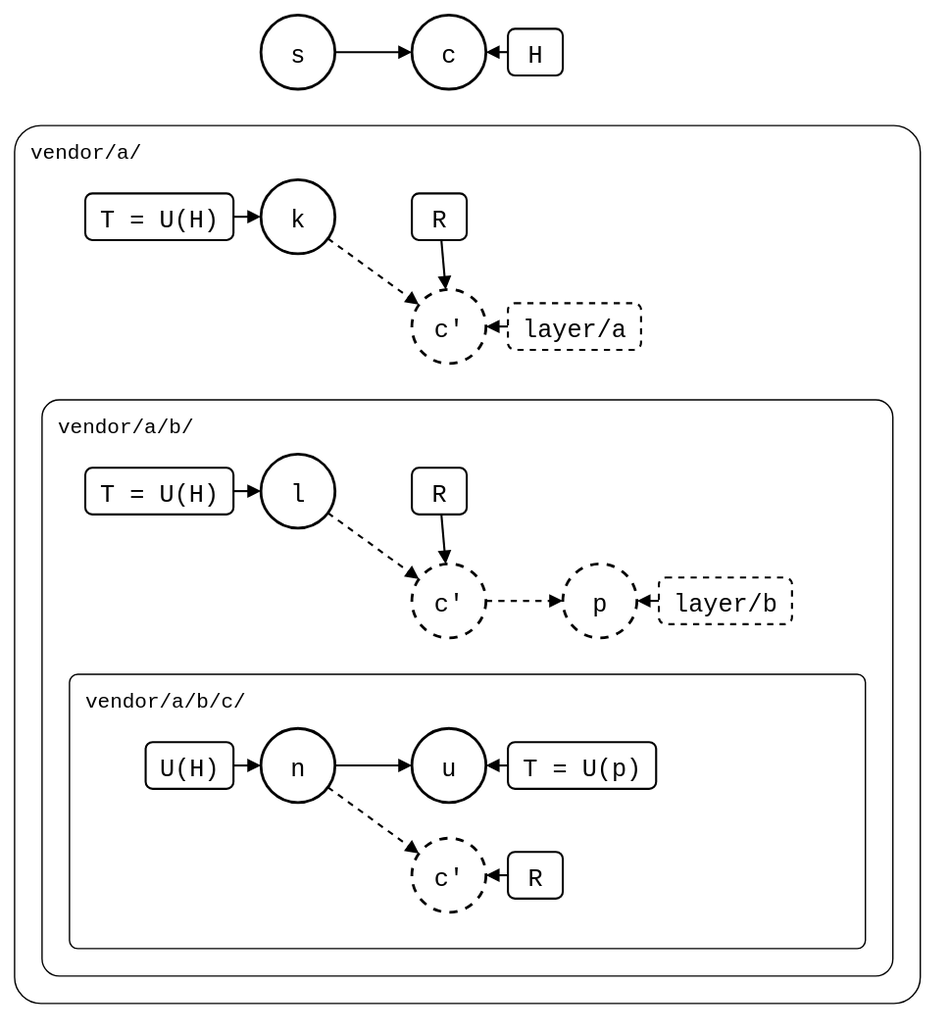
Earlier version of the draw.io export docs/09-scenarios/05-nested-splices/01-nested-splices/02-three-levels/levels-pulled-below.drawio.svg (roschaefer/git-splice). Source tidied: cells renumbered, new cells last; positions are measured from the earlier drawing's top-left corner, leaving out a move shared by most shapes. Its diagram source:
```xml
<mxGraphModel background="#ffffff">
  <root>
    <mxCell id="0" />
    <mxCell id="1" parent="0" />
    <mxCell id="2" value="vendor/a/" style="rounded=1;arcSize=3;fillColor=none;strokeWidth=1;fontSize=15;verticalAlign=top;align=left;spacingLeft=10;spacingTop=4;fontFamily=Roboto Mono,monospace;" parent="1" vertex="1">
      <mxGeometry y="80" width="660" height="640" as="geometry" />
    </mxCell>
    <mxCell id="3" value="vendor/a/b/" style="rounded=1;arcSize=3;fillColor=none;strokeWidth=1;fontSize=15;verticalAlign=top;align=left;spacingLeft=10;spacingTop=4;fontFamily=Roboto Mono,monospace;" parent="1" vertex="1">
      <mxGeometry x="20" y="280" width="620" height="420" as="geometry" />
    </mxCell>
    <mxCell id="4" value="vendor/a/b/c/" style="rounded=1;arcSize=3;fillColor=none;strokeWidth=1;fontSize=15;verticalAlign=top;align=left;spacingLeft=10;spacingTop=4;fontFamily=Roboto Mono,monospace;" parent="1" vertex="1">
      <mxGeometry x="40" y="480" width="580" height="200" as="geometry" />
    </mxCell>
    <mxCell id="5" value="s" style="ellipse;strokeWidth=2;fontSize=18;fontFamily=Roboto Mono,monospace;" parent="1" vertex="1">
      <mxGeometry x="180" width="54" height="54" as="geometry" />
    </mxCell>
    <mxCell id="6" value="c" style="ellipse;strokeWidth=2;fontSize=18;fontFamily=Roboto Mono,monospace;" parent="1" vertex="1">
      <mxGeometry x="290" width="54" height="54" as="geometry" />
    </mxCell>
    <mxCell id="7" style="endArrow=block;endFill=1;html=1;strokeWidth=1.5;rounded=0;" parent="1" edge="1" source="5" target="6">
      <mxGeometry relative="1" as="geometry" />
    </mxCell>
    <mxCell id="8" value="H" style="rounded=1;strokeWidth=1.5;fontSize=18;fontFamily=Roboto Mono,monospace;" parent="1" vertex="1">
      <mxGeometry x="360" y="10" width="40" height="34" as="geometry" />
    </mxCell>
    <mxCell id="9" style="endArrow=block;endFill=1;html=1;strokeWidth=1.5;rounded=0;" parent="1" edge="1" source="8" target="6">
      <mxGeometry relative="1" as="geometry" />
    </mxCell>
    <mxCell id="10" value="k" style="ellipse;strokeWidth=2;fontSize=18;fontFamily=Roboto Mono,monospace;" parent="1" vertex="1">
      <mxGeometry x="180" y="120" width="54" height="54" as="geometry" />
    </mxCell>
    <mxCell id="11" value="c'" style="ellipse;strokeWidth=2;fontSize=18;fontFamily=Roboto Mono,monospace;dashed=1;" parent="1" vertex="1">
      <mxGeometry x="290" y="200" width="54" height="54" as="geometry" />
    </mxCell>
    <mxCell id="12" style="endArrow=block;endFill=1;html=1;strokeWidth=1.5;rounded=0;dashed=1;" parent="1" edge="1" source="10" target="11">
      <mxGeometry relative="1" as="geometry" />
    </mxCell>
    <mxCell id="13" value="l" style="ellipse;strokeWidth=2;fontSize=18;fontFamily=Roboto Mono,monospace;" parent="1" vertex="1">
      <mxGeometry x="180" y="320" width="54" height="54" as="geometry" />
    </mxCell>
    <mxCell id="14" value="c'" style="ellipse;strokeWidth=2;fontSize=18;fontFamily=Roboto Mono,monospace;dashed=1;" parent="1" vertex="1">
      <mxGeometry x="290" y="400" width="54" height="54" as="geometry" />
    </mxCell>
    <mxCell id="15" style="endArrow=block;endFill=1;html=1;strokeWidth=1.5;rounded=0;dashed=1;" parent="1" edge="1" source="13" target="14">
      <mxGeometry relative="1" as="geometry" />
    </mxCell>
    <mxCell id="16" value="n" style="ellipse;strokeWidth=2;fontSize=18;fontFamily=Roboto Mono,monospace;" parent="1" vertex="1">
      <mxGeometry x="180" y="520" width="54" height="54" as="geometry" />
    </mxCell>
    <mxCell id="17" value="u" style="ellipse;strokeWidth=2;fontSize=18;fontFamily=Roboto Mono,monospace;" parent="1" vertex="1">
      <mxGeometry x="290" y="520" width="54" height="54" as="geometry" />
    </mxCell>
    <mxCell id="18" style="endArrow=block;endFill=1;html=1;strokeWidth=1.5;rounded=0;" parent="1" edge="1" source="16" target="17">
      <mxGeometry relative="1" as="geometry" />
    </mxCell>
    <mxCell id="19" value="c'" style="ellipse;strokeWidth=2;fontSize=18;fontFamily=Roboto Mono,monospace;dashed=1;" parent="1" vertex="1">
      <mxGeometry x="290" y="600" width="54" height="54" as="geometry" />
    </mxCell>
    <mxCell id="20" style="endArrow=block;endFill=1;html=1;strokeWidth=1.5;rounded=0;dashed=1;" parent="1" edge="1" source="16" target="19">
      <mxGeometry relative="1" as="geometry" />
    </mxCell>
    <mxCell id="21" value="T = U(H)" style="rounded=1;strokeWidth=1.5;fontSize=18;fontFamily=Roboto Mono,monospace;" parent="1" vertex="1">
      <mxGeometry x="52" y="130" width="108" height="34" as="geometry" />
    </mxCell>
    <mxCell id="22" style="endArrow=block;endFill=1;html=1;strokeWidth=1.5;rounded=0;" parent="1" edge="1" source="21" target="10">
      <mxGeometry relative="1" as="geometry" />
    </mxCell>
    <mxCell id="23" value="T = U(H)" style="rounded=1;strokeWidth=1.5;fontSize=18;fontFamily=Roboto Mono,monospace;" parent="1" vertex="1">
      <mxGeometry x="52" y="330" width="108" height="34" as="geometry" />
    </mxCell>
    <mxCell id="24" style="endArrow=block;endFill=1;html=1;strokeWidth=1.5;rounded=0;" parent="1" edge="1" source="23" target="13">
      <mxGeometry relative="1" as="geometry" />
    </mxCell>
    <mxCell id="25" value="U(H)" style="rounded=1;strokeWidth=1.5;fontSize=18;fontFamily=Roboto Mono,monospace;" parent="1" vertex="1">
      <mxGeometry x="96" y="530" width="64" height="34" as="geometry" />
    </mxCell>
    <mxCell id="26" style="endArrow=block;endFill=1;html=1;strokeWidth=1.5;rounded=0;" parent="1" edge="1" source="25" target="16">
      <mxGeometry relative="1" as="geometry" />
    </mxCell>
    <mxCell id="27" value="p" style="ellipse;strokeWidth=2;fontSize=18;fontFamily=Roboto Mono,monospace;dashed=1;" parent="1" vertex="1">
      <mxGeometry x="400" y="400" width="54" height="54" as="geometry" />
    </mxCell>
    <mxCell id="28" style="endArrow=block;endFill=1;html=1;strokeWidth=1.5;rounded=0;dashed=1;" parent="1" edge="1" source="14" target="27">
      <mxGeometry relative="1" as="geometry" />
    </mxCell>
    <mxCell id="29" value="R" style="rounded=1;strokeWidth=1.5;fontSize=18;fontFamily=Roboto Mono,monospace;" parent="1" vertex="1">
      <mxGeometry x="290" y="130" width="40" height="34" as="geometry" />
    </mxCell>
    <mxCell id="30" style="endArrow=block;endFill=1;html=1;strokeWidth=1.5;rounded=0;" parent="1" edge="1" source="29" target="11">
      <mxGeometry relative="1" as="geometry" />
    </mxCell>
    <mxCell id="31" value="layer/a" style="rounded=1;strokeWidth=1.5;fontSize=18;fontFamily=Roboto Mono,monospace;dashed=1;" parent="1" vertex="1">
      <mxGeometry x="360" y="210" width="97" height="34" as="geometry" />
    </mxCell>
    <mxCell id="32" style="endArrow=block;endFill=1;html=1;strokeWidth=1.5;rounded=0;" parent="1" edge="1" source="31" target="11">
      <mxGeometry relative="1" as="geometry" />
    </mxCell>
    <mxCell id="33" value="R" style="rounded=1;strokeWidth=1.5;fontSize=18;fontFamily=Roboto Mono,monospace;" parent="1" vertex="1">
      <mxGeometry x="290" y="330" width="40" height="34" as="geometry" />
    </mxCell>
    <mxCell id="34" style="endArrow=block;endFill=1;html=1;strokeWidth=1.5;rounded=0;" parent="1" edge="1" source="33" target="14">
      <mxGeometry relative="1" as="geometry" />
    </mxCell>
    <mxCell id="35" value="layer/b" style="rounded=1;strokeWidth=1.5;fontSize=18;fontFamily=Roboto Mono,monospace;dashed=1;" parent="1" vertex="1">
      <mxGeometry x="470" y="410" width="97" height="34" as="geometry" />
    </mxCell>
    <mxCell id="36" style="endArrow=block;endFill=1;html=1;strokeWidth=1.5;rounded=0;" parent="1" edge="1" source="35" target="27">
      <mxGeometry relative="1" as="geometry" />
    </mxCell>
    <mxCell id="37" value="T = U(p)" style="rounded=1;strokeWidth=1.5;fontSize=18;fontFamily=Roboto Mono,monospace;" parent="1" vertex="1">
      <mxGeometry x="360" y="530" width="108" height="34" as="geometry" />
    </mxCell>
    <mxCell id="38" style="endArrow=block;endFill=1;html=1;strokeWidth=1.5;rounded=0;" parent="1" edge="1" source="37" target="17">
      <mxGeometry relative="1" as="geometry" />
    </mxCell>
    <mxCell id="39" value="R" style="rounded=1;strokeWidth=1.5;fontSize=18;fontFamily=Roboto Mono,monospace;" parent="1" vertex="1">
      <mxGeometry x="360" y="610" width="40" height="34" as="geometry" />
    </mxCell>
    <mxCell id="40" style="endArrow=block;endFill=1;html=1;strokeWidth=1.5;rounded=0;" parent="1" edge="1" source="39" target="19">
      <mxGeometry relative="1" as="geometry" />
    </mxCell>
  </root>
</mxGraphModel>
```
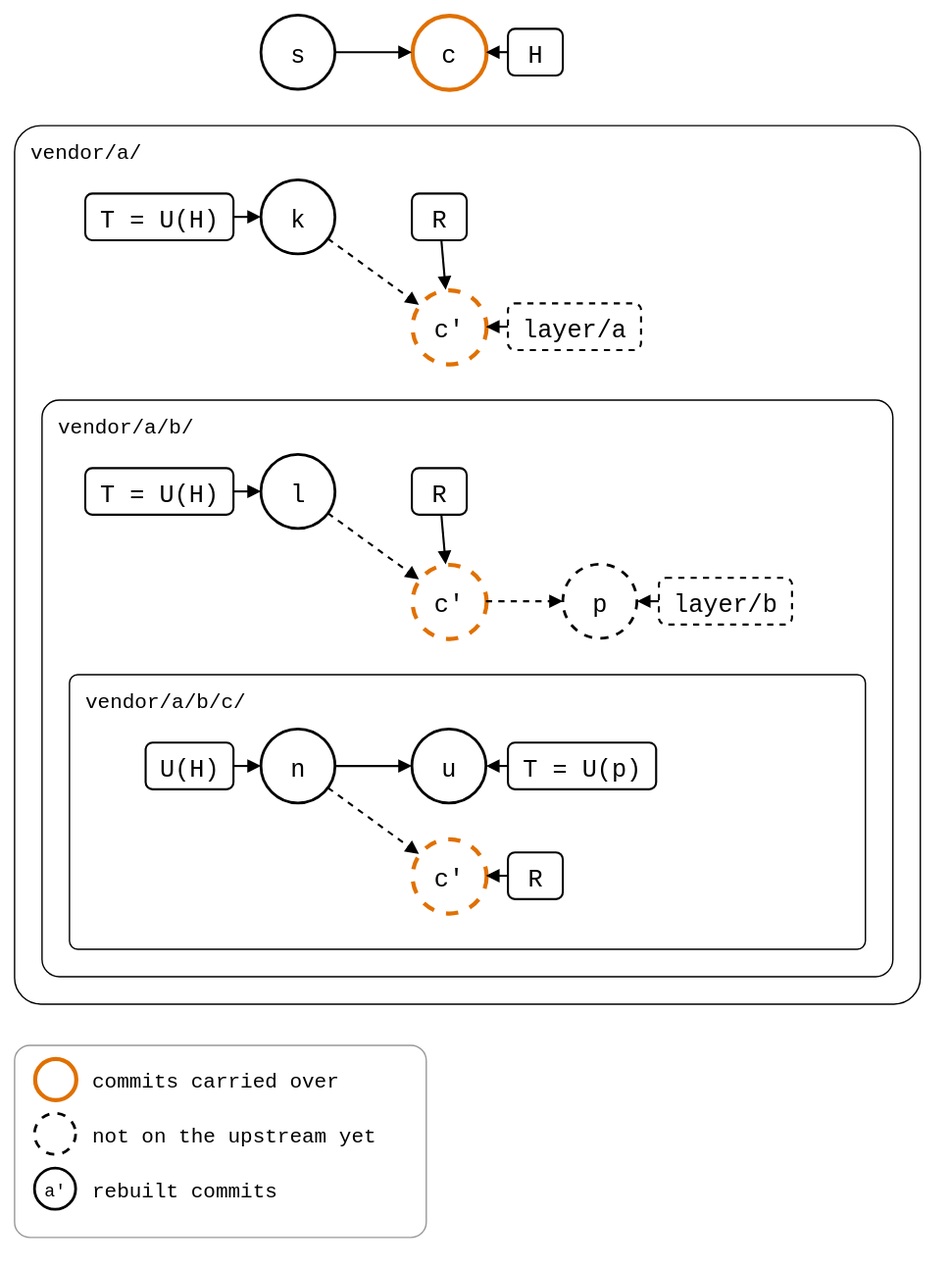
Later version of the same file.

Change to the diagram source:
```diff
@@ -14,7 +14,7 @@
     <mxCell id="5" value="s" style="ellipse;strokeWidth=2;fontSize=18;fontFamily=Roboto Mono,monospace;" parent="1" vertex="1">
       <mxGeometry x="180" width="54" height="54" as="geometry" />
     </mxCell>
-    <mxCell id="6" value="c" style="ellipse;strokeWidth=2;fontSize=18;fontFamily=Roboto Mono,monospace;" parent="1" vertex="1">
+    <mxCell id="6" value="c" style="ellipse;strokeWidth=2;fontSize=18;fontFamily=Roboto Mono,monospace;strokeColor=#E07000;strokeWidth=3;" parent="1" vertex="1">
       <mxGeometry x="290" width="54" height="54" as="geometry" />
     </mxCell>
     <mxCell id="7" style="endArrow=block;endFill=1;html=1;strokeWidth=1.5;rounded=0;" parent="1" edge="1" source="5" target="6">
@@ -29,7 +29,7 @@
     <mxCell id="10" value="k" style="ellipse;strokeWidth=2;fontSize=18;fontFamily=Roboto Mono,monospace;" parent="1" vertex="1">
       <mxGeometry x="180" y="120" width="54" height="54" as="geometry" />
     </mxCell>
-    <mxCell id="11" value="c'" style="ellipse;strokeWidth=2;fontSize=18;fontFamily=Roboto Mono,monospace;dashed=1;" parent="1" vertex="1">
+    <mxCell id="11" value="c'" style="ellipse;strokeWidth=2;fontSize=18;fontFamily=Roboto Mono,monospace;dashed=1;strokeColor=#E07000;strokeWidth=3;" parent="1" vertex="1">
       <mxGeometry x="290" y="200" width="54" height="54" as="geometry" />
     </mxCell>
     <mxCell id="12" style="endArrow=block;endFill=1;html=1;strokeWidth=1.5;rounded=0;dashed=1;" parent="1" edge="1" source="10" target="11">
@@ -38,7 +38,7 @@
     <mxCell id="13" value="l" style="ellipse;strokeWidth=2;fontSize=18;fontFamily=Roboto Mono,monospace;" parent="1" vertex="1">
       <mxGeometry x="180" y="320" width="54" height="54" as="geometry" />
     </mxCell>
-    <mxCell id="14" value="c'" style="ellipse;strokeWidth=2;fontSize=18;fontFamily=Roboto Mono,monospace;dashed=1;" parent="1" vertex="1">
+    <mxCell id="14" value="c'" style="ellipse;strokeWidth=2;fontSize=18;fontFamily=Roboto Mono,monospace;dashed=1;strokeColor=#E07000;strokeWidth=3;" parent="1" vertex="1">
       <mxGeometry x="290" y="400" width="54" height="54" as="geometry" />
     </mxCell>
     <mxCell id="15" style="endArrow=block;endFill=1;html=1;strokeWidth=1.5;rounded=0;dashed=1;" parent="1" edge="1" source="13" target="14">
@@ -53,7 +53,7 @@
     <mxCell id="18" style="endArrow=block;endFill=1;html=1;strokeWidth=1.5;rounded=0;" parent="1" edge="1" source="16" target="17">
       <mxGeometry relative="1" as="geometry" />
     </mxCell>
-    <mxCell id="19" value="c'" style="ellipse;strokeWidth=2;fontSize=18;fontFamily=Roboto Mono,monospace;dashed=1;" parent="1" vertex="1">
+    <mxCell id="19" value="c'" style="ellipse;strokeWidth=2;fontSize=18;fontFamily=Roboto Mono,monospace;dashed=1;strokeColor=#E07000;strokeWidth=3;" parent="1" vertex="1">
       <mxGeometry x="290" y="600" width="54" height="54" as="geometry" />
     </mxCell>
     <mxCell id="20" style="endArrow=block;endFill=1;html=1;strokeWidth=1.5;rounded=0;dashed=1;" parent="1" edge="1" source="16" target="19">
@@ -119,5 +119,26 @@
     <mxCell id="40" style="endArrow=block;endFill=1;html=1;strokeWidth=1.5;rounded=0;" parent="1" edge="1" source="39" target="19">
       <mxGeometry relative="1" as="geometry" />
     </mxCell>
+    <mxCell id="41" style="rounded=1;arcSize=8;fillColor=none;strokeColor=#999999;strokeWidth=1;legend=1;" parent="1" vertex="1">
+      <mxGeometry y="750" width="300" height="140" as="geometry" />
+    </mxCell>
+    <mxCell id="42" style="ellipse;fontSize=13;fontFamily=Roboto Mono,monospace;strokeWidth=2;strokeColor=#E07000;strokeWidth=3;" parent="41" vertex="1">
+      <mxGeometry x="15" y="10" width="30" height="30" as="geometry" />
+    </mxCell>
+    <mxCell id="43" value="commits carried over" style="text;align=left;verticalAlign=middle;fontSize=15;fontFamily=Roboto Mono,monospace;" parent="41" vertex="1">
+      <mxGeometry x="55" y="10" width="240" height="30" as="geometry" />
+    </mxCell>
+    <mxCell id="44" style="ellipse;fontSize=13;fontFamily=Roboto Mono,monospace;strokeWidth=2;dashed=1;" parent="41" vertex="1">
+      <mxGeometry x="15" y="50" width="30" height="30" as="geometry" />
+    </mxCell>
+    <mxCell id="45" value="not on the upstream yet" style="text;align=left;verticalAlign=middle;fontSize=15;fontFamily=Roboto Mono,monospace;" parent="41" vertex="1">
+      <mxGeometry x="55" y="50" width="240" height="30" as="geometry" />
+    </mxCell>
+    <mxCell id="46" value="a'" style="ellipse;fontSize=13;fontFamily=Roboto Mono,monospace;strokeWidth=2;" parent="41" vertex="1">
+      <mxGeometry x="15" y="90" width="30" height="30" as="geometry" />
+    </mxCell>
+    <mxCell id="47" value="rebuilt commits" style="text;align=left;verticalAlign=middle;fontSize=15;fontFamily=Roboto Mono,monospace;" parent="41" vertex="1">
+      <mxGeometry x="55" y="90" width="240" height="30" as="geometry" />
+    </mxCell>
   </root>
 </mxGraphModel>
```
